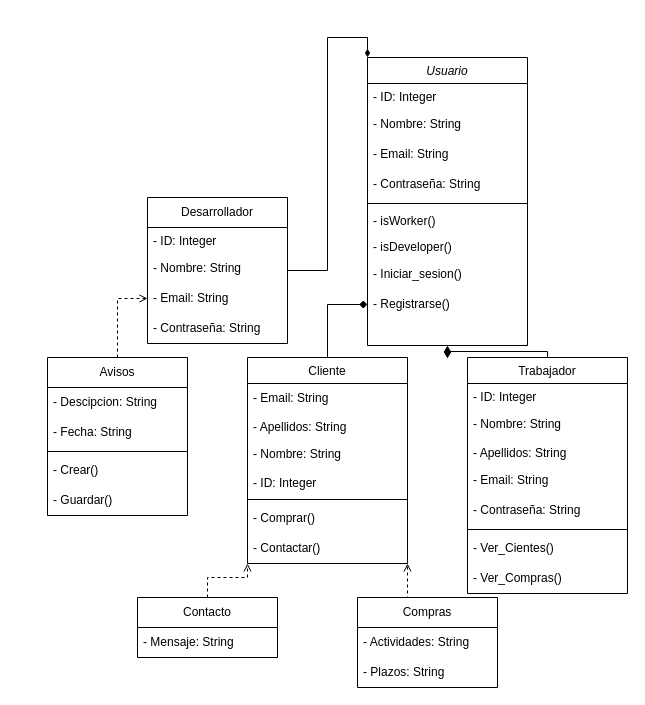
The draw.io diagram Clases.drawio in HuBaMarin/projDespliegue, before the edit. Source tidied: cells renumbered, new cells numbered last; positions are measured from the earlier drawing's top-left corner, leaving out a move shared by most shapes. Both pictures are drawn from the tidied source at 100%, with x=0, y=0 at pixel (47, 57).
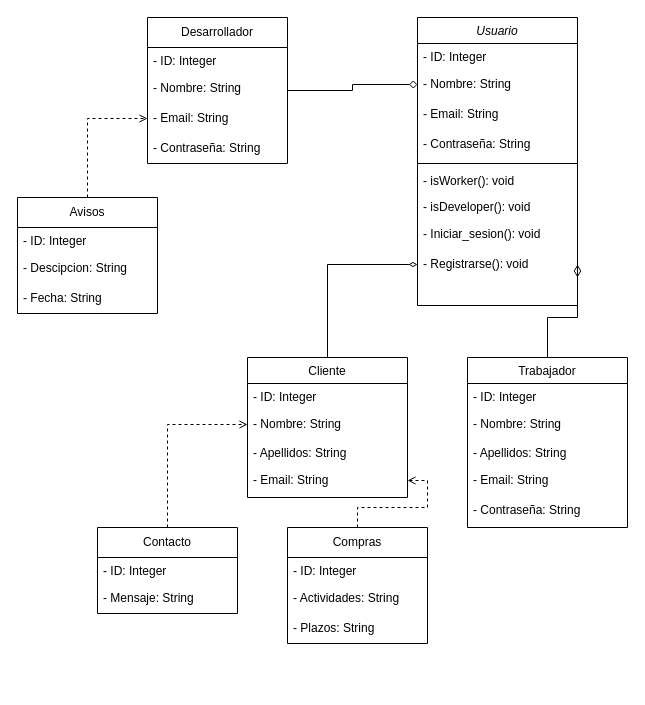
Above is the later version.

Unchanged cells that the change refers to:
```xml
<mxCell id="4" value="- Nombre: String" style="text;strokeColor=none;fillColor=none;align=left;verticalAlign=middle;spacingLeft=4;spacingRight=4;overflow=hidden;points=[[0,0.5],[1,0.5]];portConstraint=eastwest;whiteSpace=wrap;html=1;" parent="2" vertex="1">
  <mxGeometry y="52" width="160" height="30" as="geometry" />
</mxCell>
```

The edit, as a diff of the source:
```diff
@@
     <mxCell id="2" value="Usuario" style="swimlane;fontStyle=2;align=center;verticalAlign=top;horizontal=1;startSize=26;rounded=0;shadow=0;strokeWidth=1;" parent="1" vertex="1">
-      <mxGeometry x="320" width="160" height="288" as="geometry" />
+      <mxGeometry x="370" y="-40" width="160" height="288" as="geometry" />
     </mxCell>
@@
-    <mxCell id="8" value="- isWorker()" style="text;align=left;verticalAlign=top;spacingLeft=4;spacingRight=4;overflow=hidden;" parent="2" vertex="1">
+    <mxCell id="8" value="- isWorker(): void" style="text;align=left;verticalAlign=top;spacingLeft=4;spacingRight=4;overflow=hidden;" parent="2" vertex="1">
       <mxGeometry y="150" width="160" height="26" as="geometry" />
     </mxCell>
-    <mxCell id="9" value="- isDeveloper()" style="text;align=left;verticalAlign=top;spacingLeft=4;spacingRight=4;overflow=hidden;" parent="2" vertex="1">
+    <mxCell id="9" value="- isDeveloper(): void" style="text;align=left;verticalAlign=top;spacingLeft=4;spacingRight=4;overflow=hidden;" parent="2" vertex="1">
       <mxGeometry y="176" width="160" height="26" as="geometry" />
     </mxCell>
-    <mxCell id="10" value="- Iniciar_sesion()" style="text;strokeColor=none;fillColor=none;align=left;verticalAlign=middle;spacingLeft=4;spacingRight=4;overflow=hidden;whiteSpace=wrap;html=1;" parent="2" vertex="1">
+    <mxCell id="10" value="- Iniciar_sesion(): void" style="text;strokeColor=none;fillColor=none;align=left;verticalAlign=middle;spacingLeft=4;spacingRight=4;overflow=hidden;whiteSpace=wrap;html=1;" parent="2" vertex="1">
       <mxGeometry y="202" width="160" height="30" as="geometry" />
     </mxCell>
-    <mxCell id="11" value="- Registrarse()" style="text;strokeColor=none;fillColor=none;align=left;verticalAlign=middle;spacingLeft=4;spacingRight=4;overflow=hidden;points=[[0,0.5],[1,0.5]];portConstraint=eastwest;whiteSpace=wrap;html=1;" parent="2" vertex="1">
+    <mxCell id="11" value="- Registrarse(): void" style="text;strokeColor=none;fillColor=none;align=left;verticalAlign=middle;spacingLeft=4;spacingRight=4;overflow=hidden;points=[[0,0.5],[1,0.5]];portConstraint=eastwest;whiteSpace=wrap;html=1;" parent="2" vertex="1">
       <mxGeometry y="232" width="160" height="30" as="geometry" />
     </mxCell>
-    <mxCell id="12" style="edgeStyle=orthogonalEdgeStyle;rounded=0;jettySize=auto;html=1;endArrow=diamond;endFill=1;exitX=0.5;exitY=0;exitDx=0;exitDy=0;entryX=0;entryY=0.5;entryDx=0;entryDy=0;" parent="1" edge="1" source="13" target="11">
+    <mxCell id="12" style="edgeStyle=orthogonalEdgeStyle;rounded=0;jettySize=auto;html=1;endArrow=diamondThin;endFill=0;exitX=0.5;exitY=0;exitDx=0;exitDy=0;entryX=0;entryY=0.5;entryDx=0;entryDy=0;" parent="1" edge="1" source="13" target="11">
       <mxGeometry relative="1" as="geometry" />
     </mxCell>
     <mxCell id="13" value="Cliente" style="swimlane;fontStyle=0;align=center;verticalAlign=top;horizontal=1;startSize=26;rounded=0;shadow=0;strokeWidth=1;" parent="1" vertex="1">
-      <mxGeometry x="200" y="300" width="160" height="206" as="geometry" />
+      <mxGeometry x="200" y="300" width="160" height="140" as="geometry" />
     </mxCell>
+    <mxCell id="17" value="- ID: Integer" style="text;align=left;verticalAlign=top;spacingLeft=4;spacingRight=4;overflow=hidden;" parent="13" vertex="1">
+      <mxGeometry y="26" width="160" height="26" as="geometry" />
+    </mxCell>
+    <mxCell id="16" value="- Nombre: String" style="text;strokeColor=none;fillColor=none;align=left;verticalAlign=middle;spacingLeft=4;spacingRight=4;overflow=hidden;points=[[0,0.5],[1,0.5]];portConstraint=eastwest;whiteSpace=wrap;html=1;" parent="13" vertex="1">
+      <mxGeometry y="52" width="160" height="30" as="geometry" />
+    </mxCell>
+    <mxCell id="15" value="- Apellidos: String" style="text;align=left;verticalAlign=top;spacingLeft=4;spacingRight=4;overflow=hidden;" parent="13" vertex="1">
+      <mxGeometry y="82" width="160" height="26" as="geometry" />
+    </mxCell>
     <mxCell id="14" value="- Email: String" style="text;strokeColor=none;fillColor=none;align=left;verticalAlign=middle;spacingLeft=4;spacingRight=4;overflow=hidden;points=[[0,0.5],[1,0.5]];portConstraint=eastwest;whiteSpace=wrap;html=1;" parent="13" vertex="1">
-      <mxGeometry y="26" width="160" height="30" as="geometry" />
+      <mxGeometry y="108" width="160" height="30" as="geometry" />
     </mxCell>
-    <mxCell id="15" value="- Apellidos: String" style="text;align=left;verticalAlign=top;spacingLeft=4;spacingRight=4;overflow=hidden;" parent="13" vertex="1">
-      <mxGeometry y="56" width="160" height="26" as="geometry" />
-    </mxCell>
-    <mxCell id="16" value="- Nombre: String" style="text;strokeColor=none;fillColor=none;align=left;verticalAlign=middle;spacingLeft=4;spacingRight=4;overflow=hidden;points=[[0,0.5],[1,0.5]];portConstraint=eastwest;whiteSpace=wrap;html=1;" parent="13" vertex="1">
-      <mxGeometry y="82" width="160" height="30" as="geometry" />
-    </mxCell>
-    <mxCell id="17" value="- ID: Integer" style="text;align=left;verticalAlign=top;spacingLeft=4;spacingRight=4;overflow=hidden;" parent="13" vertex="1">
-      <mxGeometry y="112" width="160" height="26" as="geometry" />
-    </mxCell>
-    <mxCell id="18" style="line;html=1;strokeWidth=1;align=left;verticalAlign=middle;spacingTop=-1;spacingLeft=3;spacingRight=3;labelPosition=right;" parent="13" vertex="1">
-      <mxGeometry y="138" width="160" height="8" as="geometry" />
-    </mxCell>
-    <mxCell id="19" value="- Comprar()" style="text;strokeColor=none;fillColor=none;align=left;verticalAlign=middle;spacingLeft=4;spacingRight=4;overflow=hidden;whiteSpace=wrap;html=1;" parent="13" vertex="1">
-      <mxGeometry y="146" width="160" height="30" as="geometry" />
-    </mxCell>
-    <mxCell id="20" value="- Contactar()" style="text;strokeColor=none;fillColor=none;align=left;verticalAlign=middle;spacingLeft=4;spacingRight=4;overflow=hidden;whiteSpace=wrap;html=1;" parent="13" vertex="1">
-      <mxGeometry y="176" width="160" height="30" as="geometry" />
-    </mxCell>
     <mxCell id="21" value="Trabajador" style="swimlane;fontStyle=0;align=center;verticalAlign=top;horizontal=1;startSize=26;rounded=0;shadow=0;strokeWidth=1;" parent="1" vertex="1">
-      <mxGeometry x="420" y="300" width="160" height="236" as="geometry" />
+      <mxGeometry x="420" y="300" width="160" height="170" as="geometry" />
     </mxCell>
@@
-    <mxCell id="27" style="line;html=1;strokeWidth=1;align=left;verticalAlign=middle;spacingTop=-1;spacingLeft=3;spacingRight=3;labelPosition=right;" parent="21" vertex="1">
-      <mxGeometry y="168" width="160" height="8" as="geometry" />
-    </mxCell>
-    <mxCell id="28" value="- Ver_Cientes()" style="text;strokeColor=none;fillColor=none;align=left;verticalAlign=middle;spacingLeft=4;spacingRight=4;overflow=hidden;whiteSpace=wrap;html=1;" parent="21" vertex="1">
-      <mxGeometry y="176" width="160" height="30" as="geometry" />
-    </mxCell>
-    <mxCell id="29" value="- Ver_Compras()" style="text;strokeColor=none;fillColor=none;align=left;verticalAlign=middle;spacingLeft=4;spacingRight=4;overflow=hidden;whiteSpace=wrap;html=1;" parent="21" vertex="1">
-      <mxGeometry y="206" width="160" height="30" as="geometry" />
-    </mxCell>
-    <mxCell id="30" style="endArrow=diamondThin;endSize=10;endFill=1;shadow=0;strokeWidth=1;rounded=0;curved=0;edgeStyle=elbowEdgeStyle;elbow=vertical;" parent="1" edge="1" source="21" target="2">
-      <mxGeometry relative="1" as="geometry" />
+    <mxCell id="30" style="endArrow=diamondThin;endSize=10;endFill=0;shadow=0;strokeWidth=1;rounded=0;curved=0;edgeStyle=elbowEdgeStyle;elbow=vertical;entryX=1;entryY=0.5;entryDx=0;entryDy=0;exitX=0.5;exitY=0;exitDx=0;exitDy=0;" parent="1" edge="1" source="21" target="11">
+      <mxGeometry relative="1" as="geometry">
+        <Array as="points">
+          <mxPoint x="510" y="260" />
+        </Array>
+      </mxGeometry>
     </mxCell>
-    <mxCell id="31" style="edgeStyle=orthogonalEdgeStyle;rounded=0;jettySize=auto;html=1;entryX=0;entryY=1;entryDx=0;entryDy=0;endArrow=open;endFill=0;dashed=1;" parent="1" edge="1" source="32" target="13">
+    <mxCell id="31" style="edgeStyle=orthogonalEdgeStyle;rounded=0;jettySize=auto;html=1;entryX=0;entryY=0.5;entryDx=0;entryDy=0;endArrow=open;endFill=0;dashed=1;exitX=0.5;exitY=0;exitDx=0;exitDy=0;" parent="1" edge="1" source="32" target="16">
       <mxGeometry relative="1" as="geometry" />
     </mxCell>
     <mxCell id="32" value="Contacto" style="swimlane;fontStyle=0;horizontal=1;startSize=30;whiteSpace=wrap;html=1;" parent="1" vertex="1">
-      <mxGeometry x="90" y="540" width="140" height="60" as="geometry" />
+      <mxGeometry x="50" y="470" width="140" height="86" as="geometry" />
     </mxCell>
+    <mxCell id="51" value="- ID: Integer" style="text;align=left;verticalAlign=top;spacingLeft=4;spacingRight=4;overflow=hidden;" parent="32" vertex="1">
+      <mxGeometry y="30" width="140" height="26" as="geometry" />
+    </mxCell>
     <mxCell id="33" value="- Mensaje: String" style="text;strokeColor=none;fillColor=none;align=left;verticalAlign=middle;spacingLeft=4;spacingRight=4;overflow=hidden;whiteSpace=wrap;html=1;" parent="32" vertex="1">
-      <mxGeometry y="30" width="140" height="30" as="geometry" />
+      <mxGeometry y="56" width="140" height="30" as="geometry" />
     </mxCell>
-    <mxCell id="34" style="edgeStyle=orthogonalEdgeStyle;rounded=0;jettySize=auto;html=1;exitX=0.5;exitY=0;exitDx=0;exitDy=0;entryX=1;entryY=1;entryDx=0;entryDy=0;endArrow=open;endFill=0;dashed=1;" parent="1" edge="1" source="35" target="13">
+    <mxCell id="34" style="edgeStyle=orthogonalEdgeStyle;rounded=0;jettySize=auto;html=1;exitX=0.5;exitY=0;exitDx=0;exitDy=0;entryX=1;entryY=0.5;entryDx=0;entryDy=0;endArrow=open;endFill=0;dashed=1;" parent="1" edge="1" source="35" target="14">
       <mxGeometry relative="1" as="geometry" />
     </mxCell>
     <mxCell id="35" value="Compras" style="swimlane;fontStyle=0;horizontal=1;startSize=30;whiteSpace=wrap;html=1;" parent="1" vertex="1">
-      <mxGeometry x="310" y="540" width="140" height="90" as="geometry" />
+      <mxGeometry x="240" y="470" width="140" height="116" as="geometry" />
     </mxCell>
+    <mxCell id="52" value="- ID: Integer" style="text;align=left;verticalAlign=top;spacingLeft=4;spacingRight=4;overflow=hidden;" parent="35" vertex="1">
+      <mxGeometry y="30" width="140" height="26" as="geometry" />
+    </mxCell>
     <mxCell id="36" value="- Actividades: String" style="text;strokeColor=none;fillColor=none;align=left;verticalAlign=middle;spacingLeft=4;spacingRight=4;overflow=hidden;whiteSpace=wrap;html=1;" parent="35" vertex="1">
-      <mxGeometry y="30" width="140" height="30" as="geometry" />
+      <mxGeometry y="56" width="140" height="30" as="geometry" />
     </mxCell>
     <mxCell id="37" value="- Plazos: String" style="text;strokeColor=none;fillColor=none;align=left;verticalAlign=middle;spacingLeft=4;spacingRight=4;overflow=hidden;whiteSpace=wrap;html=1;" parent="35" vertex="1">
-      <mxGeometry y="60" width="140" height="30" as="geometry" />
+      <mxGeometry y="86" width="140" height="30" as="geometry" />
     </mxCell>
@@
     <mxCell id="39" value="Avisos" style="swimlane;fontStyle=0;horizontal=1;startSize=30;whiteSpace=wrap;html=1;" parent="1" vertex="1">
-      <mxGeometry y="300" width="140" height="158" as="geometry" />
+      <mxGeometry x="-30" y="140" width="140" height="116" as="geometry" />
     </mxCell>
+    <mxCell id="53" value="- ID: Integer" style="text;align=left;verticalAlign=top;spacingLeft=4;spacingRight=4;overflow=hidden;" parent="39" vertex="1">
+      <mxGeometry y="30" width="140" height="26" as="geometry" />
+    </mxCell>
     <mxCell id="40" value="- Descipcion: String" style="text;strokeColor=none;fillColor=none;align=left;verticalAlign=middle;spacingLeft=4;spacingRight=4;overflow=hidden;whiteSpace=wrap;html=1;" parent="39" vertex="1">
-      <mxGeometry y="30" width="140" height="30" as="geometry" />
+      <mxGeometry y="56" width="140" height="30" as="geometry" />
     </mxCell>
     <mxCell id="41" value="- Fecha: String" style="text;strokeColor=none;fillColor=none;align=left;verticalAlign=middle;spacingLeft=4;spacingRight=4;overflow=hidden;whiteSpace=wrap;html=1;" parent="39" vertex="1">
-      <mxGeometry y="60" width="140" height="30" as="geometry" />
+      <mxGeometry y="86" width="140" height="30" as="geometry" />
     </mxCell>
-    <mxCell id="42" style="line;html=1;strokeWidth=1;align=left;verticalAlign=middle;spacingTop=-1;spacingLeft=3;spacingRight=3;labelPosition=right;" parent="39" vertex="1">
-      <mxGeometry y="90" width="140" height="8" as="geometry" />
-    </mxCell>
-    <mxCell id="43" value="- Crear()" style="text;strokeColor=none;fillColor=none;align=left;verticalAlign=middle;spacingLeft=4;spacingRight=4;overflow=hidden;whiteSpace=wrap;html=1;" parent="39" vertex="1">
-      <mxGeometry y="98" width="140" height="30" as="geometry" />
-    </mxCell>
-    <mxCell id="44" value="- Guardar()" style="text;strokeColor=none;fillColor=none;align=left;verticalAlign=middle;spacingLeft=4;spacingRight=4;overflow=hidden;whiteSpace=wrap;html=1;" parent="39" vertex="1">
-      <mxGeometry y="128" width="140" height="30" as="geometry" />
-    </mxCell>
-    <mxCell id="45" style="edgeStyle=orthogonalEdgeStyle;rounded=0;jettySize=auto;html=1;entryX=0;entryY=0;entryDx=0;entryDy=0;endArrow=diamondThin;endFill=1;" parent="1" edge="1" source="46" target="2">
+    <mxCell id="45" style="edgeStyle=orthogonalEdgeStyle;rounded=0;jettySize=auto;html=1;entryX=0;entryY=0.5;entryDx=0;entryDy=0;endArrow=diamond;endFill=0;" parent="1" edge="1" source="46" target="4">
       <mxGeometry relative="1" as="geometry" />
     </mxCell>
     <mxCell id="46" value="Desarrollador" style="swimlane;fontStyle=0;horizontal=1;startSize=30;whiteSpace=wrap;html=1;" parent="1" vertex="1">
-      <mxGeometry x="100" y="140" width="140" height="146" as="geometry" />
+      <mxGeometry x="100" y="-40" width="140" height="146" as="geometry" />
     </mxCell>
```
